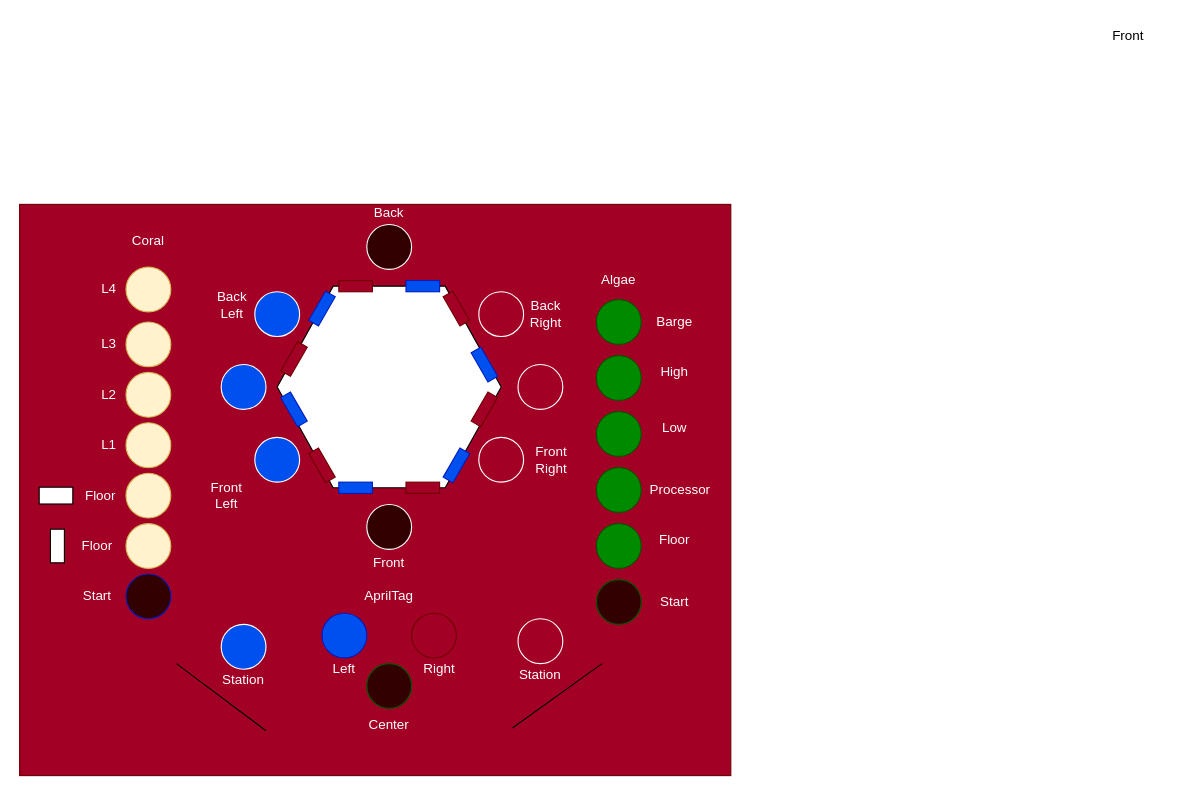
This is doc/ButtonControllers.drawio from dgreathouse/FRC-2025, a draw.io file, before an edit. Source tidied: cells renumbered, new cells numbered last; positions are measured from the earlier drawing's top-left corner, leaving out a move shared by most shapes. Both pictures are drawn from the tidied source at 112%, with x=0, y=0 at pixel (19, 19).
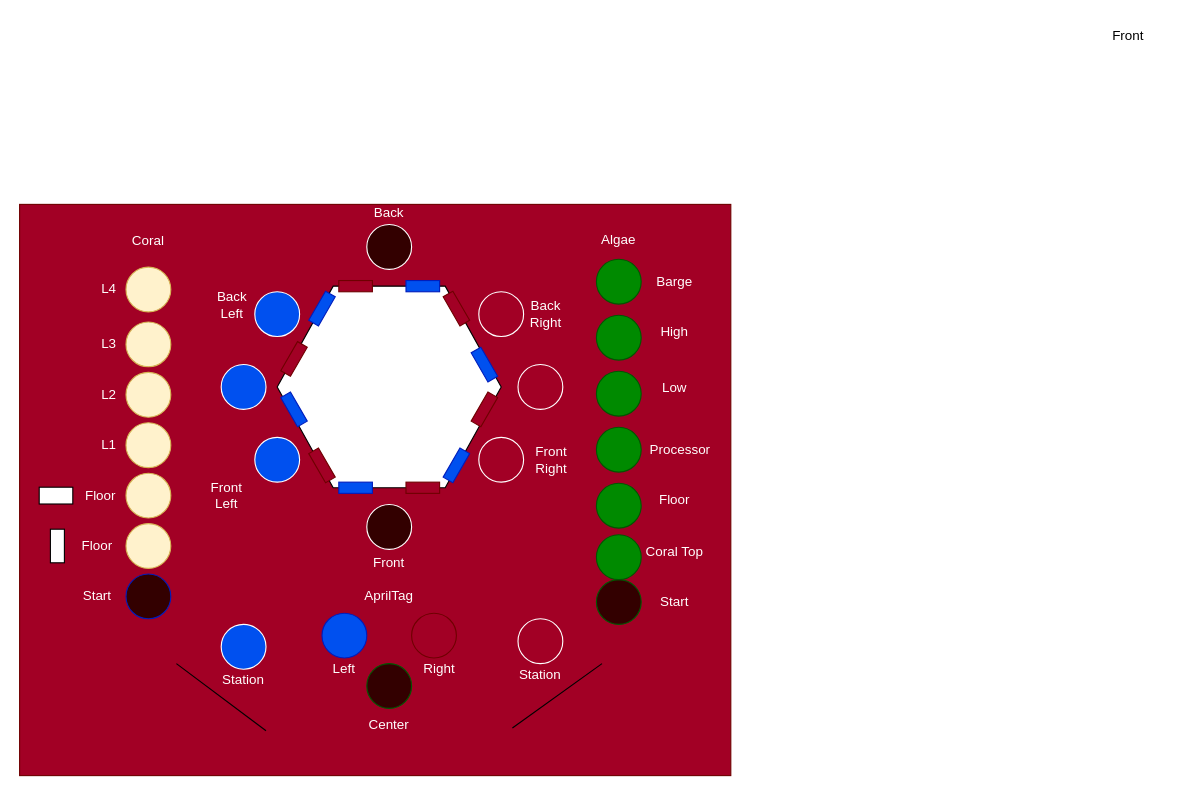
The same page after the edit.

Commit message (it also covers changes not shown here):
Updated button mapping

Diff of the diagram source:
```diff
@@
     <mxCell id="29" style="ellipse;whiteSpace=wrap;html=1;fillColor=#008a00;strokeColor=#005700;fontColor=#ffffff;" parent="1" vertex="1">
-      <mxGeometry x="515" y="450" width="40" height="40" as="geometry" />
+      <mxGeometry x="515" y="414" width="40" height="40" as="geometry" />
     </mxCell>
@@
     <mxCell id="36" value="Processor" style="text;html=1;align=center;verticalAlign=middle;whiteSpace=wrap;rounded=0;fontColor=#FFFFFF;" parent="1" vertex="1">
-      <mxGeometry x="560" y="405" width="60" height="30" as="geometry" />
+      <mxGeometry x="560" y="369" width="60" height="30" as="geometry" />
     </mxCell>
     <mxCell id="37" style="ellipse;whiteSpace=wrap;html=1;fillColor=#008a00;strokeColor=#005700;fontColor=#ffffff;" parent="1" vertex="1">
-      <mxGeometry x="515" y="400" width="40" height="40" as="geometry" />
+      <mxGeometry x="515" y="364" width="40" height="40" as="geometry" />
     </mxCell>
     <mxCell id="38" value="Floor" style="text;html=1;align=center;verticalAlign=middle;whiteSpace=wrap;rounded=0;fontColor=#FFFFFF;" parent="1" vertex="1">
-      <mxGeometry x="555" y="450" width="60" height="30" as="geometry" />
+      <mxGeometry x="555" y="414" width="60" height="30" as="geometry" />
     </mxCell>
     <mxCell id="39" style="ellipse;whiteSpace=wrap;html=1;fillColor=#008a00;strokeColor=#005700;fontColor=#ffffff;" parent="1" vertex="1">
-      <mxGeometry x="515" y="350" width="40" height="40" as="geometry" />
+      <mxGeometry x="515" y="314" width="40" height="40" as="geometry" />
     </mxCell>
     <mxCell id="40" value="Low" style="text;html=1;align=center;verticalAlign=middle;whiteSpace=wrap;rounded=0;fontColor=#FFFFFF;" parent="1" vertex="1">
-      <mxGeometry x="555" y="350" width="60" height="30" as="geometry" />
+      <mxGeometry x="555" y="314" width="60" height="30" as="geometry" />
     </mxCell>
     <mxCell id="41" style="ellipse;whiteSpace=wrap;html=1;fillColor=#008a00;strokeColor=#005700;fontColor=#ffffff;" parent="1" vertex="1">
-      <mxGeometry x="515" y="300" width="40" height="40" as="geometry" />
+      <mxGeometry x="515" y="264" width="40" height="40" as="geometry" />
     </mxCell>
     <mxCell id="42" value="High" style="text;html=1;align=center;verticalAlign=middle;whiteSpace=wrap;rounded=0;fontColor=#FFFFFF;" parent="1" vertex="1">
-      <mxGeometry x="555" y="300" width="60" height="30" as="geometry" />
+      <mxGeometry x="555" y="264" width="60" height="30" as="geometry" />
     </mxCell>
     <mxCell id="43" style="ellipse;whiteSpace=wrap;html=1;fillColor=#008a00;strokeColor=#005700;fontColor=#ffffff;" parent="1" vertex="1">
-      <mxGeometry x="515" y="250" width="40" height="40" as="geometry" />
+      <mxGeometry x="515" y="214" width="40" height="40" as="geometry" />
     </mxCell>
     <mxCell id="44" value="Barge" style="text;html=1;align=center;verticalAlign=middle;whiteSpace=wrap;rounded=0;fontColor=#FFFFFF;" parent="1" vertex="1">
-      <mxGeometry x="555" y="255" width="60" height="30" as="geometry" />
+      <mxGeometry x="555" y="219" width="60" height="30" as="geometry" />
     </mxCell>
@@
     <mxCell id="73" value="Algae" style="text;html=1;align=center;verticalAlign=middle;whiteSpace=wrap;rounded=0;fontColor=#FFFFFF;" parent="1" vertex="1">
-      <mxGeometry x="505" y="218" width="60" height="30" as="geometry" />
+      <mxGeometry x="505" y="182" width="60" height="30" as="geometry" />
     </mxCell>
+    <mxCell id="74" style="ellipse;whiteSpace=wrap;html=1;fillColor=#008a00;strokeColor=#005700;fontColor=#ffffff;" parent="1" vertex="1">
+      <mxGeometry x="515" y="460" width="40" height="40" as="geometry" />
+    </mxCell>
+    <mxCell id="75" value="Coral Top" style="text;html=1;align=center;verticalAlign=middle;whiteSpace=wrap;rounded=0;fontColor=#FFFFFF;" parent="1" vertex="1">
+      <mxGeometry x="555" y="460" width="60" height="30" as="geometry" />
+    </mxCell>
```
